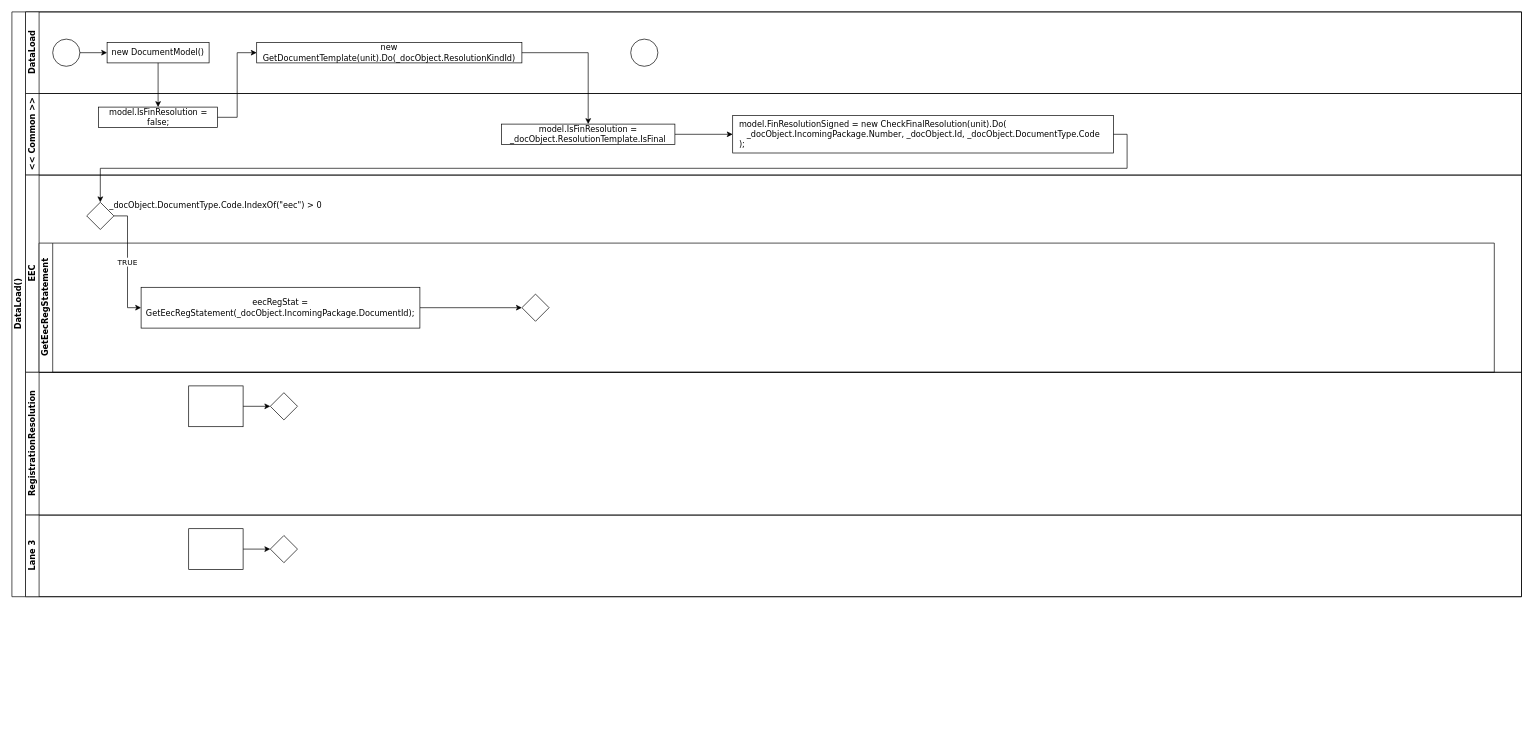
The draw.io diagram portal/App_Code/CS_Code/Controllers/DocumentFormController.cs/DataLoad().SwingRoadDiagram.Refactoring.drawio in davyd0ff/so-line-grls, before the edit. Source tidied: cells renumbered, new cells numbered last; positions are measured from the earlier drawing's top-left corner, leaving out a move shared by most shapes. Both pictures are drawn from the tidied source at 68%, with x=0, y=0 at pixel (12, 12).
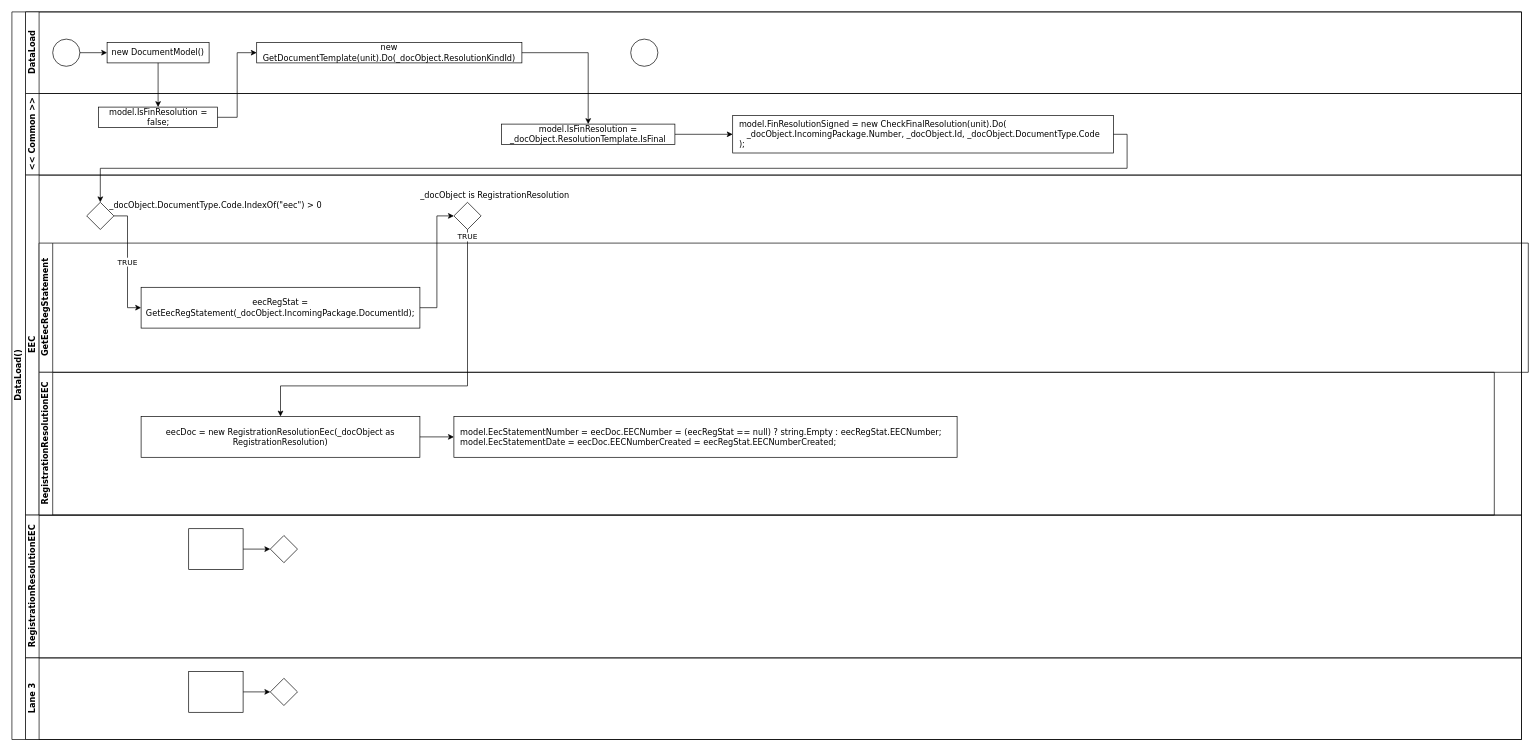
Above is the later version.

Diff of the diagram source:
```diff
@@
     <mxCell id="2" value="DataLoad()" style="swimlane;html=1;horizontal=0;startSize=20;fontFamily=Verdana;" parent="1" vertex="1">
-      <mxGeometry width="2220" height="860" as="geometry" />
+      <mxGeometry width="2220" height="1070" as="geometry" />
     </mxCell>
@@
     <mxCell id="14" value="EEC" style="swimlane;html=1;startSize=20;horizontal=0;fontFamily=Verdana;" parent="2" vertex="1">
-      <mxGeometry x="20" y="240" width="2200" height="290" as="geometry" />
+      <mxGeometry x="20" y="240" width="2200" height="500" as="geometry" />
     </mxCell>
@@
     <mxCell id="18" value="GetEecRegStatement" style="swimlane;html=1;startSize=20;horizontal=0;fontFamily=Verdana;" parent="14" vertex="1">
-      <mxGeometry x="20" y="100" width="2140" height="190" as="geometry" />
+      <mxGeometry x="20" y="100" width="2190" height="190" as="geometry" />
     </mxCell>
+    <mxCell id="20" value="eecRegStat = GetEecRegStatement(_docObject.IncomingPackage.DocumentId);" style="rounded=0;whiteSpace=wrap;html=1;fontFamily=Verdana;fontSize=12;fontColor=#000000;align=center;" parent="18" vertex="1">
+      <mxGeometry x="150" y="65" width="410" height="60" as="geometry" />
+    </mxCell>
+    <mxCell id="34" value="RegistrationResolutionEEC" style="swimlane;html=1;startSize=20;horizontal=0;fontFamily=Verdana;" parent="14" vertex="1">
+      <mxGeometry x="20" y="290" width="2140" height="210" as="geometry" />
+    </mxCell>
+    <mxCell id="35" value="eecDoc = new RegistrationResolutionEec(_docObject as RegistrationResolution)" style="rounded=0;whiteSpace=wrap;html=1;fontFamily=Verdana;fontSize=12;fontColor=#000000;align=center;" parent="34" vertex="1">
+      <mxGeometry x="150" y="65" width="410" height="60" as="geometry" />
+    </mxCell>
+    <mxCell id="36" value="&lt;div&gt;&amp;nbsp; model.EecStatementNumber = eecDoc.EECNumber = (eecRegStat == null) ? string.Empty : eecRegStat.EECNumber;&lt;/div&gt;&lt;div&gt;&amp;nbsp; model.EecStatementDate = eecDoc.EECNumberCreated = eecRegStat.EECNumberCreated;&lt;/div&gt;" style="whiteSpace=wrap;html=1;fontFamily=Verdana;fontColor=#000000;rounded=0;align=left;" parent="34" vertex="1">
+      <mxGeometry x="610" y="65" width="740" height="60" as="geometry" />
+    </mxCell>
+    <mxCell id="37" style="edgeStyle=orthogonalEdgeStyle;rounded=0;jettySize=auto;html=1;fontFamily=Verdana;" parent="34" edge="1" source="35" target="36">
+      <mxGeometry relative="1" as="geometry" />
+    </mxCell>
-    <mxCell id="19" style="edgeStyle=orthogonalEdgeStyle;rounded=0;jettySize=auto;html=1;endArrow=classic;endFill=1;fontFamily=Verdana;" parent="18" edge="1" source="20" target="21">
+    <mxCell id="19" style="edgeStyle=orthogonalEdgeStyle;rounded=0;jettySize=auto;html=1;endArrow=classic;endFill=1;fontFamily=Verdana;exitX=1;exitY=0.5;exitDx=0;exitDy=0;entryX=0;entryY=0.5;entryDx=0;entryDy=0;" parent="14" edge="1" source="20" target="38">
       <mxGeometry relative="1" as="geometry" />
     </mxCell>
-    <mxCell id="20" value="eecRegStat = GetEecRegStatement(_docObject.IncomingPackage.DocumentId);" style="rounded=0;whiteSpace=wrap;html=1;fontFamily=Verdana;fontSize=12;fontColor=#000000;align=center;" parent="18" vertex="1">
-      <mxGeometry x="150" y="65" width="410" height="60" as="geometry" />
-    </mxCell>
-    <mxCell id="21" style="rhombus;whiteSpace=wrap;html=1;fontFamily=Verdana;fontSize=12;fontColor=#000000;align=center;" parent="18" vertex="1">
-      <mxGeometry x="710" y="75" width="40" height="40" as="geometry" />
-    </mxCell>
+    <mxCell id="38" style="rhombus;whiteSpace=wrap;html=1;fontFamily=Verdana;fontSize=12;fontColor=#000000;align=center;" parent="14" vertex="1">
+      <mxGeometry x="630" y="40" width="40" height="40" as="geometry" />
+    </mxCell>
+    <mxCell id="39" value="TRUE" style="edgeStyle=orthogonalEdgeStyle;rounded=0;jettySize=auto;html=1;endArrow=classic;endFill=1;fontFamily=Verdana;entryX=0.5;entryY=0;entryDx=0;entryDy=0;exitX=0.5;exitY=1;exitDx=0;exitDy=0;" parent="14" edge="1" source="38" target="35">
+      <mxGeometry x="-0.96" relative="1" as="geometry">
+        <Array as="points">
+          <mxPoint x="650" y="310" />
+          <mxPoint x="375" y="310" />
+        </Array>
+      </mxGeometry>
+    </mxCell>
-    <mxCell id="22" value="RegistrationResolution" style="swimlane;html=1;startSize=20;horizontal=0;fontFamily=Verdana;" parent="2" vertex="1">
-      <mxGeometry x="20" y="530" width="2200" height="210" as="geometry" />
+    <mxCell id="22" value="RegistrationResolutionEEC" style="swimlane;html=1;startSize=20;horizontal=0;fontFamily=Verdana;" parent="2" vertex="1">
+      <mxGeometry x="20" y="740" width="2200" height="210" as="geometry" />
     </mxCell>
@@
     <mxCell id="26" value="Lane 3" style="swimlane;html=1;startSize=20;horizontal=0;fontFamily=Verdana;" parent="2" vertex="1">
-      <mxGeometry x="20" y="740" width="2200" height="120" as="geometry" />
+      <mxGeometry x="20" y="950" width="2200" height="120" as="geometry" />
     </mxCell>
@@
+    <mxCell id="40" value="_docObject is RegistrationResolution" style="text;html=1;align=center;verticalAlign=middle;strokeColor=none;fillColor=none;fontFamily=Verdana;" parent="1" vertex="1">
+      <mxGeometry x="590" y="255" width="240" height="30" as="geometry" />
+    </mxCell>
```
